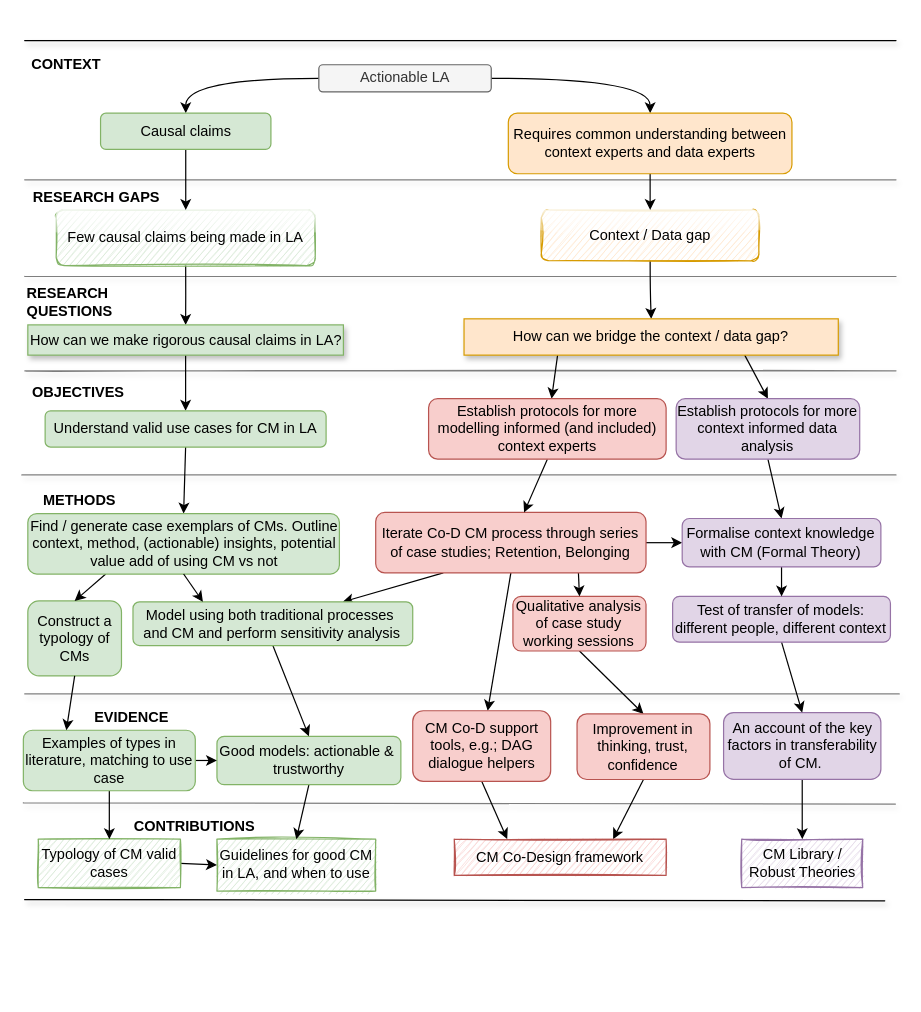
Before: page "Page-9" (9 of 9) of Thesis diagram.drawio in benwhicks/phd, a draw.io diagram. Source tidied: cells renumbered, new cells numbered last; positions are measured from the earlier drawing's top-left corner, leaving out a move shared by most shapes. Both pictures are drawn from the tidied source at 121%, with x=0, y=0 at pixel (22, 40).
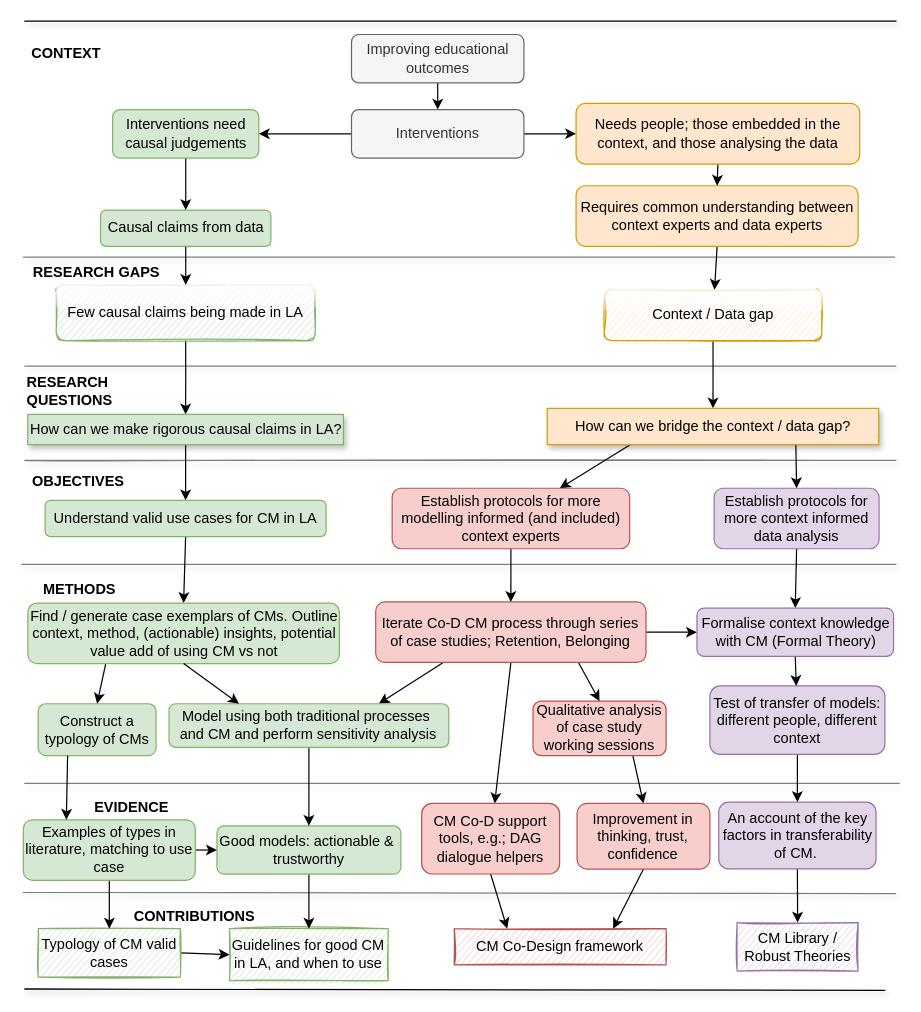
The same diagram, later.

The edit, as a diff of the source:
```diff
@@
     <mxCell id="2" value="CONTEXT" style="text;html=1;align=center;verticalAlign=middle;strokeColor=none;fillColor=none;fontStyle=1;" parent="1" vertex="1">
-      <mxGeometry x="1.4" y="10" width="70" height="20" as="geometry" />
+      <mxGeometry x="1.4" y="1" width="70" height="20" as="geometry" />
     </mxCell>
     <mxCell id="3" value="RESEARCH GAPS" style="text;html=1;align=center;verticalAlign=middle;sketch=1;fontStyle=1;" parent="1" vertex="1">
-      <mxGeometry x="0.8" y="120" width="120" height="20" as="geometry" />
+      <mxGeometry x="0.8" y="182" width="120" height="20" as="geometry" />
     </mxCell>
     <mxCell id="4" value="RESEARCH &lt;br&gt;QUESTIONS" style="text;html=1;align=left;verticalAlign=middle;strokeColor=none;fillColor=none;fontStyle=1;" parent="1" vertex="1">
-      <mxGeometry x="2" y="201" width="90" height="30" as="geometry" />
+      <mxGeometry x="2" y="275" width="90" height="30" as="geometry" />
     </mxCell>
-    <mxCell id="5" style="edgeStyle=none;rounded=0;jumpStyle=none;jettySize=auto;html=1;exitX=0.5;exitY=1;exitDx=0;exitDy=0;entryX=0.5;entryY=0;entryDx=0;entryDy=0;fontFamily=Helvetica;fontSize=12;" parent="1" edge="1" source="6" target="33">
+    <mxCell id="5" style="edgeStyle=none;rounded=0;jumpStyle=none;jettySize=auto;html=1;exitX=0.75;exitY=1;exitDx=0;exitDy=0;entryX=0.5;entryY=0;entryDx=0;entryDy=0;fontFamily=Helvetica;fontSize=12;" parent="1" edge="1" source="6" target="33">
       <mxGeometry relative="1" as="geometry" />
     </mxCell>
     <mxCell id="6" value="Qualitative analysis of case study working sessions" style="rounded=1;whiteSpace=wrap;html=1;fillColor=#f8cecc;strokeColor=#b85450;" parent="1" vertex="1">
-      <mxGeometry x="405.4" y="459.4" width="110" height="45.1" as="geometry" />
+      <mxGeometry x="422" y="545.9" width="110" height="45.1" as="geometry" />
     </mxCell>
-    <mxCell id="7" style="edgeStyle=orthogonalEdgeStyle;rounded=0;jettySize=auto;html=1;exitX=0.5;exitY=1;exitDx=0;exitDy=0;curved=1;" parent="1" edge="1" source="8" target="13">
+    <mxCell id="7" style="rounded=0;jettySize=auto;html=1;exitX=0.5;exitY=1;exitDx=0;exitDy=0;" parent="1" edge="1" source="8" target="13">
       <mxGeometry relative="1" as="geometry" />
     </mxCell>
     <mxCell id="8" value="Context / Data gap" style="rounded=1;whiteSpace=wrap;html=1;fillColor=#ffe6cc;strokeColor=#d79b00;glass=1;sketch=1;" parent="1" vertex="1">
-      <mxGeometry x="428.9" y="140" width="179.8" height="42" as="geometry" />
+      <mxGeometry x="480.9" y="206" width="179.8" height="42" as="geometry" />
     </mxCell>
@@
     <mxCell id="10" value="Few causal claims being made in LA" style="rounded=1;whiteSpace=wrap;html=1;fillColor=#d5e8d4;strokeColor=#82b366;glass=1;sketch=1;" parent="1" vertex="1">
-      <mxGeometry x="27.9" y="140" width="214.1" height="46" as="geometry" />
+      <mxGeometry x="27.9" y="202" width="214.1" height="46" as="geometry" />
     </mxCell>
@@
     <mxCell id="13" value="How can we bridge the context / data gap?" style="rounded=0;whiteSpace=wrap;html=1;fillColor=#ffe6cc;strokeColor=#d79b00;sketch=0;shadow=1;" parent="1" vertex="1">
-      <mxGeometry x="365" y="230" width="309.3" height="30" as="geometry" />
+      <mxGeometry x="433.8" y="304" width="273.9" height="30" as="geometry" />
     </mxCell>
     <mxCell id="14" value="CONTRIBUTIONS" style="text;html=1;align=center;verticalAlign=middle;strokeColor=none;fillColor=none;fontStyle=1;" parent="1" vertex="1">
-      <mxGeometry x="81.9" y="640" width="120" height="20" as="geometry" />
+      <mxGeometry x="81.9" y="714" width="120" height="20" as="geometry" />
     </mxCell>
     <mxCell id="15" value="EVIDENCE" style="text;html=1;align=center;verticalAlign=middle;strokeColor=none;fillColor=none;fontStyle=1;" parent="1" vertex="1">
-      <mxGeometry x="50" y="550" width="80" height="20" as="geometry" />
+      <mxGeometry x="50" y="624" width="80" height="20" as="geometry" />
     </mxCell>
@@
-    <mxCell id="17" style="edgeStyle=orthogonalEdgeStyle;rounded=0;jettySize=auto;html=1;exitX=0;exitY=0.5;exitDx=0;exitDy=0;entryX=0.5;entryY=0;entryDx=0;entryDy=0;curved=1;" parent="1" edge="1" source="19" target="31">
-      <mxGeometry relative="1" as="geometry" />
-    </mxCell>
-    <mxCell id="18" style="rounded=0;jettySize=auto;html=1;exitX=1;exitY=0.5;exitDx=0;exitDy=0;entryX=0.5;entryY=0;entryDx=0;entryDy=0;edgeStyle=orthogonalEdgeStyle;curved=1;" parent="1" edge="1" source="19" target="40">
+    <mxCell id="18" style="rounded=0;jettySize=auto;html=1;exitX=1;exitY=0.5;exitDx=0;exitDy=0;entryX=0;entryY=0.5;entryDx=0;entryDy=0;" parent="1" edge="1" source="19" target="79">
       <mxGeometry relative="1" as="geometry" />
     </mxCell>
+    <mxCell id="75" style="rounded=0;jettySize=auto;html=1;exitX=0;exitY=0.5;exitDx=0;exitDy=0;entryX=1;entryY=0.5;entryDx=0;entryDy=0;" parent="1" edge="1" source="19" target="77">
+      <mxGeometry relative="1" as="geometry" />
+    </mxCell>
-    <mxCell id="19" value="Actionable LA" style="rounded=1;whiteSpace=wrap;html=1;fillColor=#f5f5f5;strokeColor=#666666;fontColor=#333333;" parent="1" vertex="1">
-      <mxGeometry x="245" y="20" width="142.5" height="22.5" as="geometry" />
+    <mxCell id="19" value="Interventions" style="rounded=1;whiteSpace=wrap;html=1;fillColor=#f5f5f5;strokeColor=#666666;fontColor=#333333;" parent="1" vertex="1">
+      <mxGeometry x="272" y="57.1" width="142.5" height="40" as="geometry" />
     </mxCell>
@@
     <mxCell id="21" value="How can we make rigorous causal claims in LA?" style="whiteSpace=wrap;html=1;fillColor=#d5e8d4;strokeColor=#82b366;sketch=0;shadow=1;" parent="1" vertex="1">
-      <mxGeometry x="4.5" y="235" width="260.8" height="25" as="geometry" />
+      <mxGeometry x="4.5" y="309" width="260.8" height="25" as="geometry" />
     </mxCell>
@@
     <mxCell id="23" value="Understand valid use cases for CM in LA" style="rounded=1;whiteSpace=wrap;html=1;sketch=0;shadow=0;glass=0;fillColor=#d5e8d4;strokeColor=#82b366;" parent="1" vertex="1">
-      <mxGeometry x="18.8" y="306" width="232.2" height="30" as="geometry" />
+      <mxGeometry x="18.8" y="380" width="232.2" height="30" as="geometry" />
     </mxCell>
@@
     <mxCell id="28" value="Iterate Co-D CM process through series of case studies; Retention, Belonging" style="rounded=1;whiteSpace=wrap;html=1;fillColor=#f8cecc;strokeColor=#b85450;" parent="1" vertex="1">
-      <mxGeometry x="292" y="390" width="223.4" height="50" as="geometry" />
+      <mxGeometry x="292" y="464" width="223.4" height="50" as="geometry" />
     </mxCell>
@@
-    <mxCell id="31" value="Causal claims" style="rounded=1;whiteSpace=wrap;html=1;fillColor=#d5e8d4;shadow=0;glass=0;sketch=0;strokeColor=#82b366;" parent="1" vertex="1">
-      <mxGeometry x="64.6" y="60" width="140.8" height="30" as="geometry" />
+    <mxCell id="31" value="Causal claims from data" style="rounded=1;whiteSpace=wrap;html=1;fillColor=#d5e8d4;shadow=0;glass=0;sketch=0;strokeColor=#82b366;" parent="1" vertex="1">
+      <mxGeometry x="64.6" y="140.1" width="140.8" height="30" as="geometry" />
     </mxCell>
@@
     <mxCell id="33" value="Improvement in thinking, trust, confidence" style="whiteSpace=wrap;html=1;rounded=1;shadow=0;glass=0;sketch=0;fillColor=#f8cecc;strokeColor=#b85450;" parent="1" vertex="1">
-      <mxGeometry x="458.4" y="556.5" width="109.8" height="54.2" as="geometry" />
+      <mxGeometry x="458.4" y="630.5" width="109.8" height="54.2" as="geometry" />
     </mxCell>
     <mxCell id="34" style="endArrow=none;html=1;rounded=0;sketch=1;curved=1;shadow=1;" parent="1" edge="1">
       <mxGeometry relative="1" as="geometry">
-        <mxPoint x="2" as="sourcePoint" />
-        <mxPoint x="722" as="targetPoint" />
+        <mxPoint x="2" y="-16" as="sourcePoint" />
+        <mxPoint x="722" y="-16" as="targetPoint" />
       </mxGeometry>
     </mxCell>
     <mxCell id="35" style="endArrow=none;html=1;rounded=0;sketch=1;curved=1;shadow=1;opacity=50;" parent="1" edge="1">
       <mxGeometry relative="1" as="geometry">
-        <mxPoint x="2" y="115.1" as="sourcePoint" />
-        <mxPoint x="722" y="115.1" as="targetPoint" />
+        <mxPoint x="0.8" y="179" as="sourcePoint" />
+        <mxPoint x="720.8" y="179" as="targetPoint" />
       </mxGeometry>
     </mxCell>
     <mxCell id="36" style="endArrow=none;html=1;rounded=0;sketch=1;curved=1;shadow=1;opacity=50;" parent="1" edge="1">
       <mxGeometry relative="1" as="geometry">
-        <mxPoint x="2" y="195" as="sourcePoint" />
-        <mxPoint x="722" y="195" as="targetPoint" />
+        <mxPoint x="2" y="269" as="sourcePoint" />
+        <mxPoint x="722" y="269" as="targetPoint" />
       </mxGeometry>
     </mxCell>
     <mxCell id="37" style="endArrow=none;html=1;rounded=0;sketch=1;curved=1;shadow=1;opacity=50;" parent="1" edge="1">
       <mxGeometry relative="1" as="geometry">
-        <mxPoint x="2" y="273" as="sourcePoint" />
-        <mxPoint x="722" y="273" as="targetPoint" />
+        <mxPoint x="2" y="347" as="sourcePoint" />
+        <mxPoint x="722" y="347" as="targetPoint" />
       </mxGeometry>
     </mxCell>
     <mxCell id="38" style="endArrow=none;html=1;rounded=0;sketch=1;curved=1;shadow=1;opacity=50;" parent="1" edge="1">
       <mxGeometry relative="1" as="geometry">
-        <mxPoint x="0.8" y="630" as="sourcePoint" />
-        <mxPoint x="721.5" y="631" as="targetPoint" />
+        <mxPoint x="0.8" y="704" as="sourcePoint" />
+        <mxPoint x="721.5" y="705" as="targetPoint" />
       </mxGeometry>
     </mxCell>
@@
     <mxCell id="40" value="Requires common understanding between context experts and data experts" style="rounded=1;whiteSpace=wrap;html=1;fillColor=#ffe6cc;strokeColor=#d79b00;" parent="1" vertex="1">
-      <mxGeometry x="401.6" y="60" width="234.4" height="50.1" as="geometry" />
+      <mxGeometry x="457.6" y="120" width="233.1" height="50.1" as="geometry" />
     </mxCell>
     <mxCell id="41" value="METHODS" style="text;html=1;align=center;verticalAlign=middle;strokeColor=none;fillColor=none;fontStyle=1;" parent="1" vertex="1">
-      <mxGeometry x="7" y="370" width="80" height="20" as="geometry" />
+      <mxGeometry x="7" y="444" width="80" height="20" as="geometry" />
     </mxCell>
     <mxCell id="42" value="CM Co-Design framework" style="whiteSpace=wrap;html=1;rounded=0;shadow=0;glass=0;sketch=1;fillColor=#f8cecc;strokeColor=#b85450;" parent="1" vertex="1">
-      <mxGeometry x="356.9" y="660" width="175.1" height="30" as="geometry" />
+      <mxGeometry x="356.9" y="734" width="175.1" height="30" as="geometry" />
     </mxCell>
     <mxCell id="43" value="Guidelines for good CM in LA, and when to use" style="whiteSpace=wrap;html=1;rounded=0;shadow=0;glass=0;sketch=1;fillColor=#d5e8d4;strokeColor=#82b366;" parent="1" vertex="1">
-      <mxGeometry x="160.8" y="660" width="131.2" height="42.9" as="geometry" />
+      <mxGeometry x="171.2" y="734" width="131.2" height="42.9" as="geometry" />
     </mxCell>
@@
     <mxCell id="45" value="Good models: actionable &amp;amp;&amp;nbsp; trustworthy" style="rounded=1;whiteSpace=wrap;html=1;sketch=0;fillColor=#d5e8d4;strokeColor=#82b366;shadow=0;" parent="1" vertex="1">
-      <mxGeometry x="160.8" y="575" width="152" height="40" as="geometry" />
+      <mxGeometry x="160.8" y="649" width="152" height="40" as="geometry" />
     </mxCell>
@@
     <mxCell id="47" value="Typology of CM valid cases" style="rounded=0;whiteSpace=wrap;html=1;sketch=1;fillColor=#d5e8d4;strokeColor=#82b366;shadow=0;" parent="1" vertex="1">
-      <mxGeometry x="13.1" y="660" width="117.5" height="40" as="geometry" />
+      <mxGeometry x="13.1" y="734" width="117.5" height="40" as="geometry" />
     </mxCell>
@@
     <mxCell id="49" value="CM Co-D support tools, e.g.; DAG dialogue helpers" style="rounded=1;whiteSpace=wrap;html=1;sketch=0;fillColor=#f8cecc;strokeColor=#b85450;shadow=0;" parent="1" vertex="1">
-      <mxGeometry x="322.6" y="553.9" width="114" height="58.3" as="geometry" />
+      <mxGeometry x="330" y="630.5" width="114" height="58.3" as="geometry" />
     </mxCell>
@@
     <mxCell id="51" value="An account of the key factors in transferability of CM.&amp;nbsp;" style="whiteSpace=wrap;html=1;rounded=1;shadow=0;glass=0;sketch=0;fillColor=#e1d5e7;strokeColor=#9673a6;" parent="1" vertex="1">
-      <mxGeometry x="579.5" y="555.4" width="130" height="55.2" as="geometry" />
+      <mxGeometry x="575.5" y="629.4" width="130" height="55.2" as="geometry" />
     </mxCell>
     <mxCell id="52" style="endArrow=none;html=1;rounded=0;sketch=1;curved=1;shadow=1;opacity=50;" parent="1" edge="1">
       <mxGeometry relative="1" as="geometry">
-        <mxPoint x="-0.5" y="359" as="sourcePoint" />
-        <mxPoint x="722" y="359" as="targetPoint" />
+        <mxPoint x="-0.5" y="433" as="sourcePoint" />
+        <mxPoint x="722" y="433" as="targetPoint" />
       </mxGeometry>
     </mxCell>
     <mxCell id="53" value="OBJECTIVES" style="text;html=1;align=center;verticalAlign=middle;strokeColor=none;fillColor=none;fontStyle=1;" parent="1" vertex="1">
-      <mxGeometry x="1.4" y="281" width="90" height="20" as="geometry" />
+      <mxGeometry x="1.4" y="355" width="90" height="20" as="geometry" />
     </mxCell>
@@
     <mxCell id="55" value="Establish protocols for more modelling informed (and included) context experts" style="rounded=1;whiteSpace=wrap;html=1;fillColor=#f8cecc;strokeColor=#b85450;" parent="1" vertex="1">
-      <mxGeometry x="335.7" y="296" width="196.3" height="50" as="geometry" />
+      <mxGeometry x="305.6" y="370" width="196.3" height="50" as="geometry" />
     </mxCell>
@@
     <mxCell id="57" value="Model using both traditional processes&amp;nbsp;&lt;br&gt;and CM and perform sensitivity analysis" style="rounded=1;whiteSpace=wrap;html=1;sketch=0;shadow=0;glass=0;fillColor=#d5e8d4;strokeColor=#82b366;" parent="1" vertex="1">
-      <mxGeometry x="91.4" y="463.9" width="231.2" height="36.1" as="geometry" />
+      <mxGeometry x="121.2" y="548.1" width="231.2" height="36.1" as="geometry" />
     </mxCell>
     <mxCell id="58" value="Construct a typology of CMs" style="rounded=1;whiteSpace=wrap;html=1;sketch=0;shadow=0;glass=0;fillColor=#d5e8d4;strokeColor=#82b366;" parent="1" vertex="1">
-      <mxGeometry x="4.5" y="463.1" width="77.4" height="62" as="geometry" />
+      <mxGeometry x="13" y="548.1" width="97.5" height="42.9" as="geometry" />
     </mxCell>
@@
     <mxCell id="61" value="Examples of types in literature, matching to use case" style="rounded=1;whiteSpace=wrap;html=1;sketch=0;fillColor=#d5e8d4;strokeColor=#82b366;shadow=0;" parent="1" vertex="1">
-      <mxGeometry x="0.8" y="570" width="142.1" height="50" as="geometry" />
+      <mxGeometry x="0.8" y="644" width="142.1" height="50" as="geometry" />
     </mxCell>
@@
     <mxCell id="63" value="Find / generate case exemplars of CMs. Outline context, method, (actionable) insights, potential value add of using CM vs not" style="rounded=1;whiteSpace=wrap;html=1;sketch=0;shadow=0;glass=0;fillColor=#d5e8d4;strokeColor=#82b366;" parent="1" vertex="1">
-      <mxGeometry x="4.5" y="390.9" width="257.5" height="50" as="geometry" />
+      <mxGeometry x="4.5" y="464.9" width="257.5" height="50" as="geometry" />
     </mxCell>
     <mxCell id="64" style="endArrow=none;html=1;rounded=0;sketch=1;curved=1;shadow=1;" parent="1" edge="1">
       <mxGeometry relative="1" as="geometry">
-        <mxPoint x="2" y="710" as="sourcePoint" />
-        <mxPoint x="712.7" y="711" as="targetPoint" />
+        <mxPoint x="2" y="784" as="sourcePoint" />
+        <mxPoint x="712.7" y="785" as="targetPoint" />
       </mxGeometry>
     </mxCell>
@@
-    <mxCell id="66" style="rounded=0;jettySize=auto;html=1;exitX=0.5;exitY=1;exitDx=0;exitDy=0;entryX=0.25;entryY=0;entryDx=0;entryDy=0;" parent="1" edge="1" source="58" target="61">
+    <mxCell id="66" style="rounded=0;jettySize=auto;html=1;exitX=0.25;exitY=1;exitDx=0;exitDy=0;entryX=0.25;entryY=0;entryDx=0;entryDy=0;" parent="1" edge="1" source="58" target="61">
       <mxGeometry relative="1" as="geometry" />
     </mxCell>
@@
     <mxCell id="68" style="endArrow=none;html=1;rounded=0;sketch=1;curved=1;shadow=1;opacity=50;" parent="1" edge="1">
       <mxGeometry relative="1" as="geometry">
-        <mxPoint x="2" y="540" as="sourcePoint" />
-        <mxPoint x="724.7" y="540" as="targetPoint" />
+        <mxPoint x="2" y="614" as="sourcePoint" />
+        <mxPoint x="724.7" y="614" as="targetPoint" />
       </mxGeometry>
     </mxCell>
     <mxCell id="69" value="Test of transfer of models:&lt;br&gt;different people, different context" style="whiteSpace=wrap;html=1;rounded=1;shadow=0;glass=0;sketch=0;fillColor=#e1d5e7;strokeColor=#9673a6;" parent="1" vertex="1">
-      <mxGeometry x="537.4" y="459.4" width="180" height="37.8" as="geometry" />
+      <mxGeometry x="568.2" y="533.4" width="144.6" height="56.6" as="geometry" />
     </mxCell>
     <mxCell id="70" value="CM Library / Robust Theories" style="whiteSpace=wrap;html=1;rounded=0;shadow=0;glass=0;sketch=1;fillColor=#e1d5e7;strokeColor=#9673a6;" parent="1" vertex="1">
-      <mxGeometry x="594.5" y="660" width="100" height="40" as="geometry" />
+      <mxGeometry x="590.7" y="729" width="100" height="40" as="geometry" />
     </mxCell>
@@
     <mxCell id="72" value="Establish protocols for more context informed data analysis" style="rounded=1;whiteSpace=wrap;html=1;fillColor=#e1d5e7;strokeColor=#9673a6;" parent="1" vertex="1">
-      <mxGeometry x="540.3" y="296" width="151.7" height="50" as="geometry" />
+      <mxGeometry x="571.7" y="370" width="136.3" height="50" as="geometry" />
     </mxCell>
@@
     <mxCell id="74" value="Formalise context knowledge with CM (Formal Theory)" style="rounded=1;whiteSpace=wrap;html=1;fillColor=#e1d5e7;strokeColor=#9673a6;" parent="1" vertex="1">
-      <mxGeometry x="545.3" y="395" width="164.2" height="40" as="geometry" />
+      <mxGeometry x="557.5" y="469" width="162.5" height="40" as="geometry" />
     </mxCell>
+    <mxCell id="76" style="edgeStyle=none;rounded=0;jettySize=auto;html=1;exitX=0.5;exitY=1;exitDx=0;exitDy=0;entryX=0.5;entryY=0;entryDx=0;entryDy=0;" parent="1" edge="1" source="77" target="31">
+      <mxGeometry relative="1" as="geometry" />
+    </mxCell>
+    <mxCell id="77" value="Interventions need causal judgements" style="rounded=1;whiteSpace=wrap;html=1;fillColor=#d5e8d4;shadow=0;glass=0;sketch=0;strokeColor=#82b366;" parent="1" vertex="1">
+      <mxGeometry x="74.6" y="57.1" width="120.8" height="40" as="geometry" />
+    </mxCell>
+    <mxCell id="78" style="rounded=0;jettySize=auto;html=1;exitX=0.5;exitY=1;exitDx=0;exitDy=0;entryX=0.5;entryY=0;entryDx=0;entryDy=0;" parent="1" edge="1" source="79" target="40">
+      <mxGeometry relative="1" as="geometry" />
+    </mxCell>
+    <mxCell id="79" value="Needs people; those embedded in the context, and those analysing the data" style="rounded=1;whiteSpace=wrap;html=1;fillColor=#ffe6cc;strokeColor=#d79b00;" parent="1" vertex="1">
+      <mxGeometry x="457.6" y="52" width="234.4" height="50.1" as="geometry" />
+    </mxCell>
+    <mxCell id="80" style="edgeStyle=none;rounded=0;jettySize=auto;html=1;exitX=0.5;exitY=1;exitDx=0;exitDy=0;entryX=0.5;entryY=0;entryDx=0;entryDy=0;" parent="1" edge="1" source="81" target="19">
+      <mxGeometry relative="1" as="geometry" />
+    </mxCell>
+    <mxCell id="81" value="Improving educational outcomes" style="rounded=1;whiteSpace=wrap;html=1;fillColor=#f5f5f5;strokeColor=#666666;fontColor=#333333;" parent="1" vertex="1">
+      <mxGeometry x="272" y="-5" width="142.5" height="40" as="geometry" />
+    </mxCell>
```
